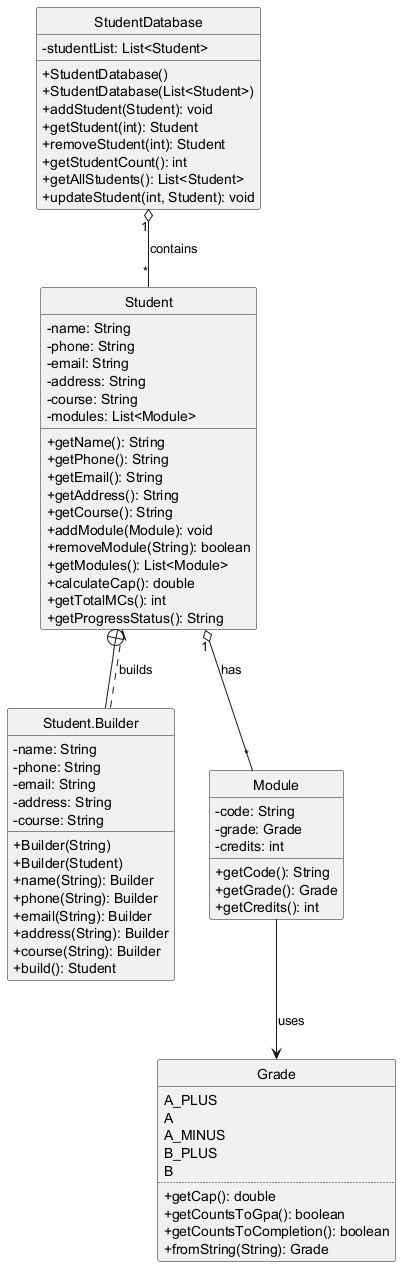
Before: docs/images/StudentClassDiagram.png, a diagram exported from PlantUML (AgaraNUS/tp). Source of this version:
```plantuml
@startuml StudentClassDiagram
skinparam classAttributeIconSize 0
skinparam style strictuml

class StudentDatabase {
    -studentList: List<Student>
    +StudentDatabase()
    +StudentDatabase(List<Student>)
    +addStudent(Student): void
    +getStudent(int): Student
    +removeStudent(int): Student
    +getStudentCount(): int
    +getAllStudents(): List<Student>
    +updateStudent(int, Student): void
}

class Student {
    -name: String
    -phone: String
    -email: String
    -address: String
    -course: String
    -modules: List<Module>
    +getName(): String
    +getPhone(): String
    +getEmail(): String
    +getAddress(): String
    +getCourse(): String
    +addModule(Module): void
    +removeModule(String): boolean
    +getModules(): List<Module>
    +calculateCap(): double
    +getTotalMCs(): int
    +getProgressStatus(): String
}

class "Student.Builder" as Builder {
    -name: String
    -phone: String
    -email: String
    -address: String
    -course: String
    +Builder(String)
    +Builder(Student)
    +name(String): Builder
    +phone(String): Builder
    +email(String): Builder
    +address(String): Builder
    +course(String): Builder
    +build(): Student
}

class Module {
    -code: String
    -grade: Grade
    -credits: int
    +getCode(): String
    +getGrade(): Grade
    +getCredits(): int
}

enum Grade {
    A_PLUS
    A
    A_MINUS
    B_PLUS
    B
    ..
    +getCap(): double
    +getCountsToGpa(): boolean
    +getCountsToCompletion(): boolean
    +fromString(String): Grade
}

StudentDatabase "1" o-- "*" Student : contains
Student "1" o-- "*" Module : has
Module --> Grade : uses
Builder ..> Student : builds
Student +-- Builder
@enduml
```
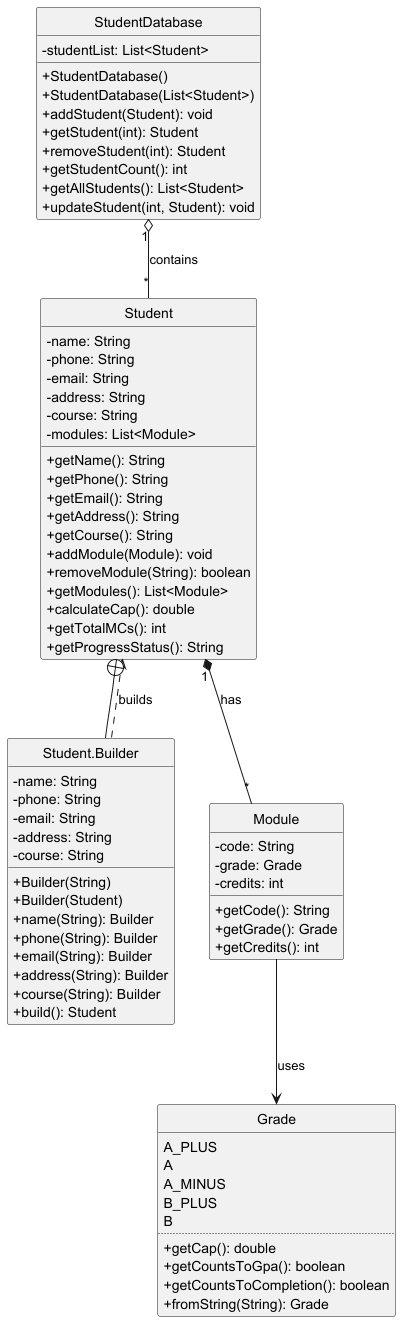
Above is the later version.

Commit message:
update parser and student class diagrams

Change to the diagram source:
```diff
@@ -73,7 +73,7 @@
 }
 
 StudentDatabase "1" o-- "*" Student : contains
-Student "1" o-- "*" Module : has
+Student "1" *-- "*" Module : has
 Module --> Grade : uses
 Builder ..> Student : builds
 Student +-- Builder
```
